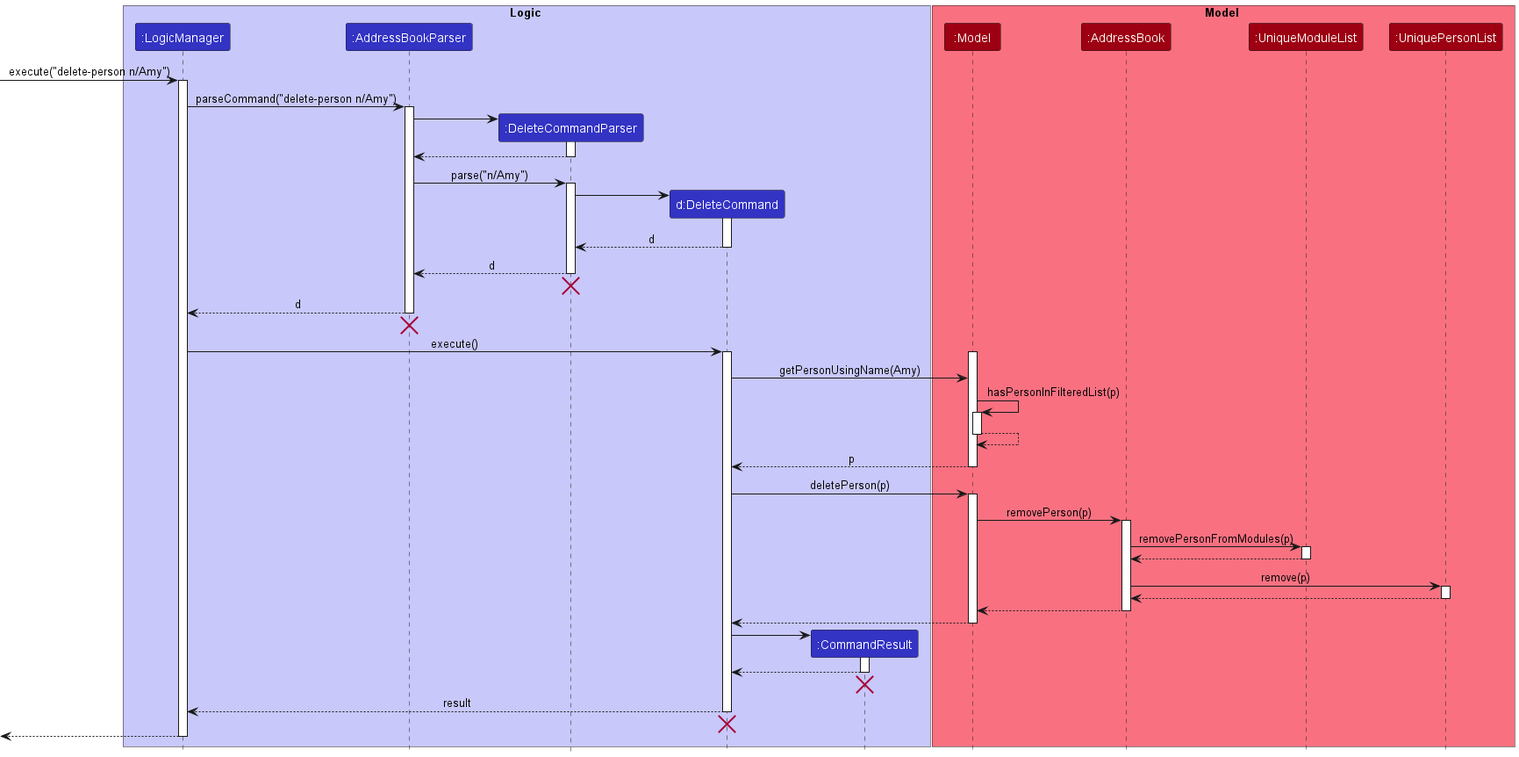
Earlier version of the PlantUML export docs/images/DeletePersonSequenceDiagram.png (nus-cs2103-AY2223S1/tp).
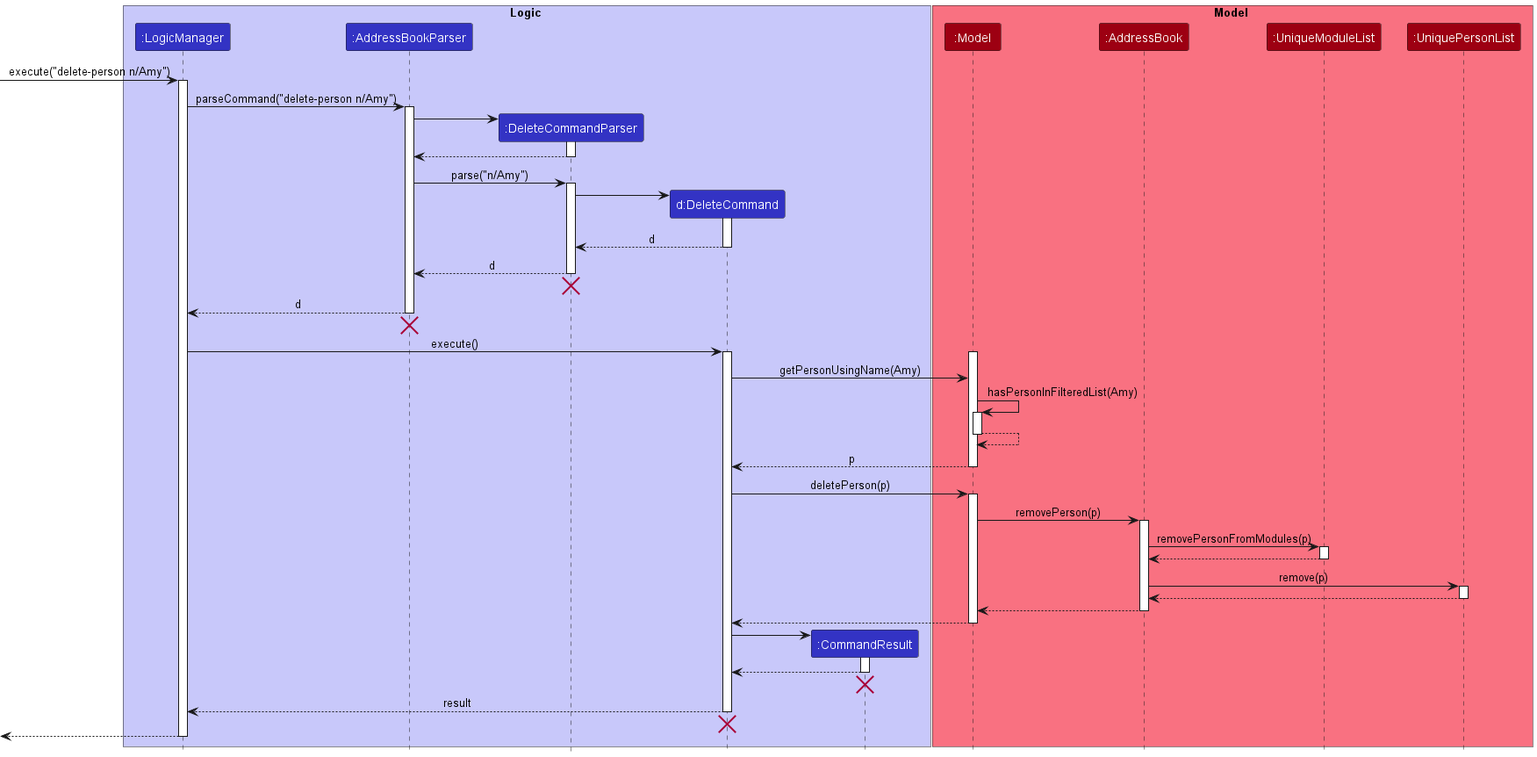
Later version of the same file.

Commit message:
Fix naming bug

What changed in the source:
```diff
@@ -57,7 +57,7 @@
 DeleteCommand -> Model : getPersonUsingName(Amy)
 
 
-Model -> Model : hasPersonInFilteredList(p)
+Model -> Model : hasPersonInFilteredList(Amy)
 activate Model
 
 Model --> Model
```
